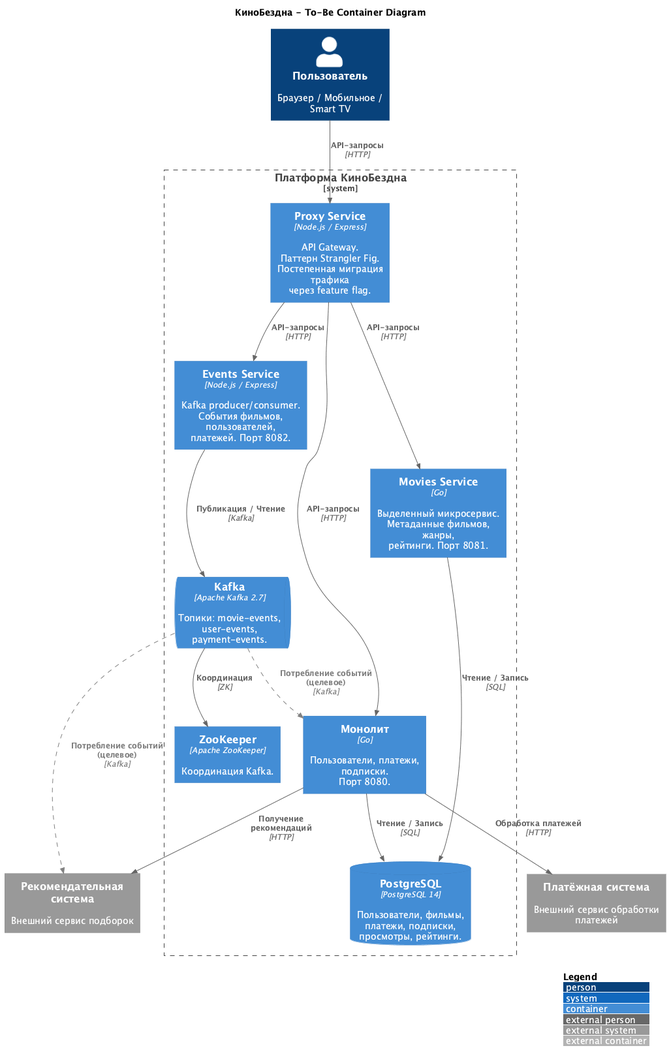
This is docs/c4-container-diagram.png from SiritosKon/architecture-cinemaabyss, a PlantUML export, as it was before one commit.
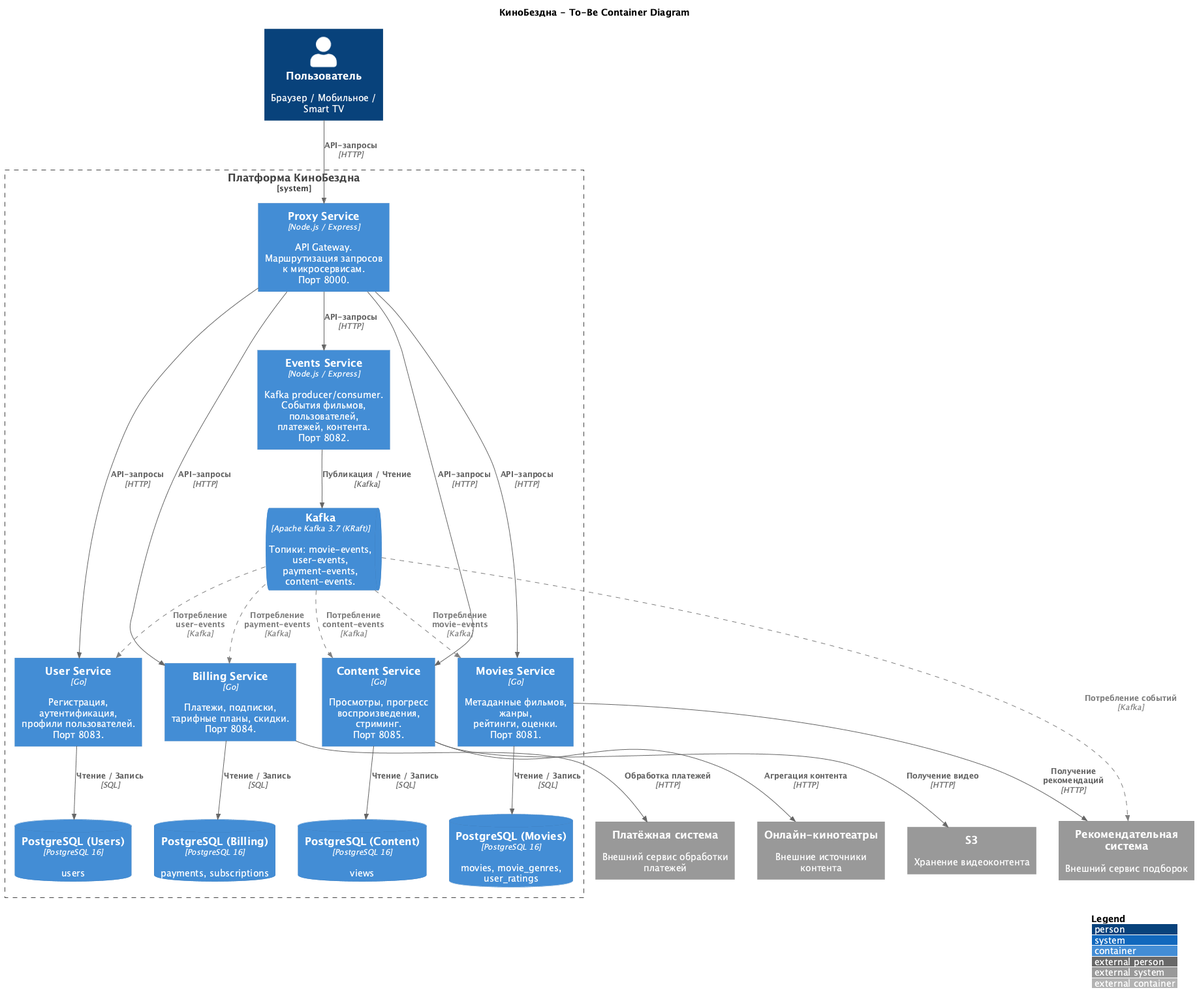
Above is the later version.

Commit message:
feat: decompose monolith into User, Billing, Content microservices

Fully eliminate the monolith by extracting remaining domains into
dedicated microservices with database-per-service pattern.
Replace ZooKeeper with Kafka KRaft mode.

New services:
- User Service (Go, port 8083) — users, auth, profiles
- Billing Service (Go, port 8084) — payments, subscriptions
- Content Service (Go, port 8085) — views, streaming progress

Updated C4 container diagram and Project_template.md with
bounded context rationale and infrastructure decisions.

Change to the diagram source:
```diff
@@ -11,39 +11,58 @@
 
 System_Ext(recsys, "Рекомендательная система", "Внешний сервис подборок")
 System_Ext(payment, "Платёжная система", "Внешний сервис обработки платежей")
+System_Ext(cinemas, "Онлайн-кинотеатры", "Внешние источники контента")
+System_Ext(s3, "S3", "Хранение видеоконтента")
 
 System_Boundary(platform, "Платформа КиноБездна") {
 
-    Container(proxy, "Proxy Service", "Node.js / Express", "API Gateway.\nПаттерн Strangler Fig.\nПостепенная миграция трафика\nчерез feature flag.")
+    Container(proxy, "Proxy Service", "Node.js / Express", "API Gateway.\nМаршрутизация запросов\nк микросервисам.\nПорт 8000.")
 
-    Container(monolith, "Монолит", "Go", "Пользователи, платежи,\nподписки.\nПорт 8080.")
+    Container(users_svc, "User Service", "Go", "Регистрация, аутентификация,\nпрофили пользователей.\nПорт 8083.")
 
-    Container(movies, "Movies Service", "Go", "Выделенный микросервис.\nМетаданные фильмов, жанры,\nрейтинги. Порт 8081.")
+    Container(billing, "Billing Service", "Go", "Платежи, подписки,\nтарифные планы, скидки.\nПорт 8084.")
 
-    Container(events, "Events Service", "Node.js / Express", "Kafka producer/consumer.\nСобытия фильмов, пользователей,\nплатежей. Порт 8082.")
+    Container(content, "Content Service", "Go", "Просмотры, прогресс\nвоспроизведения, стриминг.\nПорт 8085.")
 
-    ContainerDb(postgres, "PostgreSQL", "PostgreSQL 14", "Пользователи, фильмы,\nплатежи, подписки,\nпросмотры, рейтинги.")
+    Container(movies, "Movies Service", "Go", "Метаданные фильмов, жанры,\nрейтинги, оценки.\nПорт 8081.")
 
-    ContainerQueue(kafka, "Kafka", "Apache Kafka 2.7", "Топики: movie-events,\nuser-events,\npayment-events.")
+    Container(events, "Events Service", "Node.js / Express", "Kafka producer/consumer.\nСобытия фильмов, пользователей,\nплатежей, контента.\nПорт 8082.")
 
-    Container(zookeeper, "ZooKeeper", "Apache ZooKeeper", "Координация Kafka.")
+    ContainerDb(postgres_users, "PostgreSQL (Users)", "PostgreSQL 16", "users")
+
+    ContainerDb(postgres_billing, "PostgreSQL (Billing)", "PostgreSQL 16", "payments, subscriptions")
+
+    ContainerDb(postgres_content, "PostgreSQL (Content)", "PostgreSQL 16", "views")
+
+    ContainerDb(postgres_movies, "PostgreSQL (Movies)", "PostgreSQL 16", "movies, movie_genres,\nuser_ratings")
+
+    ContainerQueue(kafka, "Kafka", "Apache Kafka 3.7 (KRaft)", "Топики: movie-events,\nuser-events, payment-events,\ncontent-events.")
 }
 
 Rel(user, proxy, "API-запросы", "HTTP")
-Rel(proxy, monolith, "API-запросы", "HTTP")
+
+Rel(proxy, users_svc, "API-запросы", "HTTP")
+Rel(proxy, billing, "API-запросы", "HTTP")
+Rel(proxy, content, "API-запросы", "HTTP")
 Rel(proxy, movies, "API-запросы", "HTTP")
 Rel(proxy, events, "API-запросы", "HTTP")
 
-Rel(monolith, postgres, "Чтение / Запись", "SQL")
-Rel(movies, postgres, "Чтение / Запись", "SQL")
+Rel(users_svc, postgres_users, "Чтение / Запись", "SQL")
+Rel(billing, postgres_billing, "Чтение / Запись", "SQL")
+Rel(content, postgres_content, "Чтение / Запись", "SQL")
+Rel(movies, postgres_movies, "Чтение / Запись", "SQL")
 
 Rel(events, kafka, "Публикация / Чтение", "Kafka")
-Rel(kafka, zookeeper, "Координация", "ZK")
 
-Rel(monolith, recsys, "Получение рекомендаций", "HTTP")
-Rel(monolith, payment, "Обработка платежей", "HTTP")
+Rel(billing, payment, "Обработка платежей", "HTTP")
+Rel(content, s3, "Получение видео", "HTTP")
+Rel(content, cinemas, "Агрегация контента", "HTTP")
+Rel(movies, recsys, "Получение рекомендаций", "HTTP")
 
-Rel(kafka, monolith, "Потребление событий (целевое)", "Kafka", $tags="future")
-Rel(kafka, recsys, "Потребление событий (целевое)", "Kafka", $tags="future")
+Rel(kafka, users_svc, "Потребление user-events", "Kafka", $tags="future")
+Rel(kafka, billing, "Потребление payment-events", "Kafka", $tags="future")
+Rel(kafka, content, "Потребление content-events", "Kafka", $tags="future")
+Rel(kafka, movies, "Потребление movie-events", "Kafka", $tags="future")
+Rel(kafka, recsys, "Потребление событий", "Kafka", $tags="future")
 
 @enduml
```
